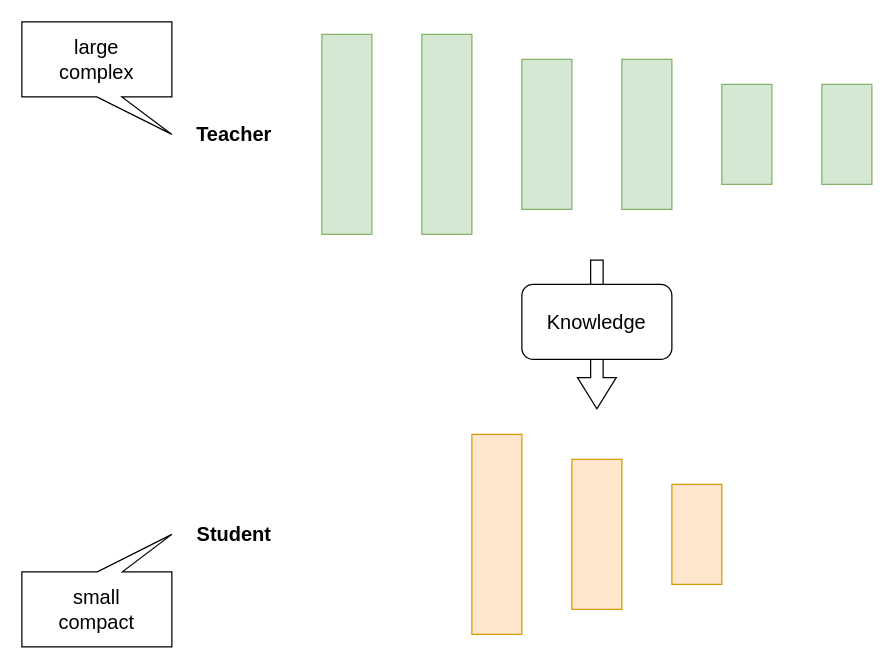
This is page "ページ1" (1 of 2) of KD.drawio from Komatsunabok/diagrams, a draw.io file, before an edit. Source tidied: cells renumbered, new cells numbered last; positions are measured from the earlier drawing's top-left corner, leaving out a move shared by most shapes. Both pictures are drawn from the tidied source at 125%, with x=0, y=0 at pixel (21, 21).
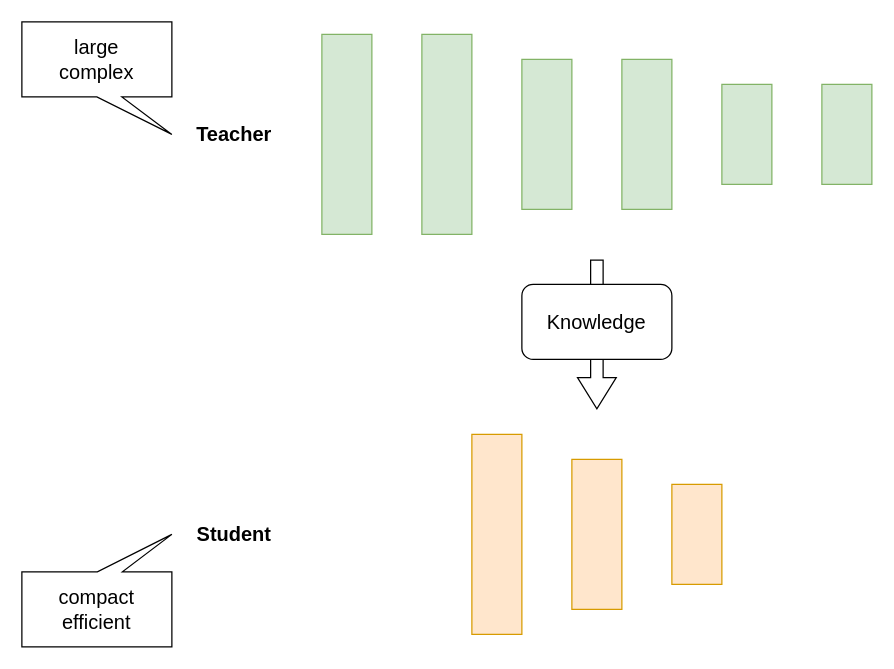
Above is the later version.

Commit message:
KD.drawio を更新します

Diff of the diagram source:
```diff
@@
 <mxGraphModel>
   <root>
     <mxCell id="0" />
     <mxCell id="1" parent="0" />
     <mxCell id="2" style="rounded=0;whiteSpace=wrap;html=1;fillColor=#d5e8d4;strokeColor=#82b366;" parent="1" vertex="1">
       <mxGeometry x="240" y="10" width="40" height="160" as="geometry" />
     </mxCell>
     <mxCell id="3" style="rounded=0;whiteSpace=wrap;html=1;fillColor=#d5e8d4;strokeColor=#82b366;" parent="1" vertex="1">
       <mxGeometry x="320" y="10" width="40" height="160" as="geometry" />
     </mxCell>
     <mxCell id="4" style="rounded=0;whiteSpace=wrap;html=1;fillColor=#d5e8d4;strokeColor=#82b366;" parent="1" vertex="1">
       <mxGeometry x="400" y="30" width="40" height="120" as="geometry" />
     </mxCell>
     <mxCell id="5" style="rounded=0;whiteSpace=wrap;html=1;fillColor=#d5e8d4;strokeColor=#82b366;" parent="1" vertex="1">
       <mxGeometry x="480" y="30" width="40" height="120" as="geometry" />
     </mxCell>
     <mxCell id="6" style="rounded=0;whiteSpace=wrap;html=1;fillColor=#d5e8d4;strokeColor=#82b366;" parent="1" vertex="1">
       <mxGeometry x="560" y="50" width="40" height="80" as="geometry" />
     </mxCell>
     <mxCell id="7" style="rounded=0;whiteSpace=wrap;html=1;fillColor=#d5e8d4;strokeColor=#82b366;" parent="1" vertex="1">
       <mxGeometry x="640" y="50" width="40" height="80" as="geometry" />
     </mxCell>
     <mxCell id="8" style="rounded=0;whiteSpace=wrap;html=1;fillColor=#ffe6cc;strokeColor=#d79b00;" parent="1" vertex="1">
       <mxGeometry x="360" y="330" width="40" height="160" as="geometry" />
     </mxCell>
     <mxCell id="9" style="rounded=0;whiteSpace=wrap;html=1;fillColor=#ffe6cc;strokeColor=#d79b00;" parent="1" vertex="1">
       <mxGeometry x="440" y="350" width="40" height="120" as="geometry" />
     </mxCell>
     <mxCell id="10" style="rounded=0;whiteSpace=wrap;html=1;fillColor=#ffe6cc;strokeColor=#d79b00;" parent="1" vertex="1">
       <mxGeometry x="520" y="370" width="40" height="80" as="geometry" />
     </mxCell>
     <mxCell id="11" value="Teacher" style="text;strokeColor=none;fillColor=none;html=1;align=center;verticalAlign=middle;whiteSpace=wrap;rounded=0;fontSize=16;fontStyle=1;" parent="1" vertex="1">
       <mxGeometry x="140" y="75" width="60" height="30" as="geometry" />
     </mxCell>
     <mxCell id="12" value="Student" style="text;strokeColor=none;fillColor=none;html=1;align=center;verticalAlign=middle;whiteSpace=wrap;rounded=0;fontSize=16;fontStyle=1;" parent="1" vertex="1">
       <mxGeometry x="140" y="395" width="60" height="30" as="geometry" />
     </mxCell>
     <mxCell id="13" style="shape=flexArrow;endArrow=classic;html=1;rounded=0;fontSize=12;startSize=8;endSize=8;curved=1;" parent="1" edge="1">
       <mxGeometry relative="1" as="geometry">
         <mxPoint x="460" y="190" as="sourcePoint" />
         <mxPoint x="460" y="310" as="targetPoint" />
       </mxGeometry>
     </mxCell>
     <mxCell id="14" value="Knowledge" style="rounded=1;whiteSpace=wrap;html=1;fontSize=16;" parent="1" vertex="1">
       <mxGeometry x="400" y="210" width="120" height="60" as="geometry" />
     </mxCell>
     <mxCell id="15" value="large&lt;div&gt;complex&lt;/div&gt;" style="shape=callout;whiteSpace=wrap;html=1;perimeter=calloutPerimeter;position2=1;fontSize=16;" parent="1" vertex="1">
       <mxGeometry width="120" height="90" as="geometry" />
     </mxCell>
-    <mxCell id="16" value="small&lt;div&gt;compact&lt;/div&gt;" style="shape=callout;whiteSpace=wrap;html=1;perimeter=calloutPerimeter;position2=0;fontSize=16;direction=west;size=30;position=0.33;" parent="1" vertex="1">
+    <mxCell id="16" value="compact&lt;br&gt;&lt;div&gt;efficient&lt;/div&gt;" style="shape=callout;whiteSpace=wrap;html=1;perimeter=calloutPerimeter;position2=0;fontSize=16;direction=west;size=30;position=0.33;" parent="1" vertex="1">
       <mxGeometry y="410" width="120" height="90" as="geometry" />
     </mxCell>
   </root>
 </mxGraphModel>
```
